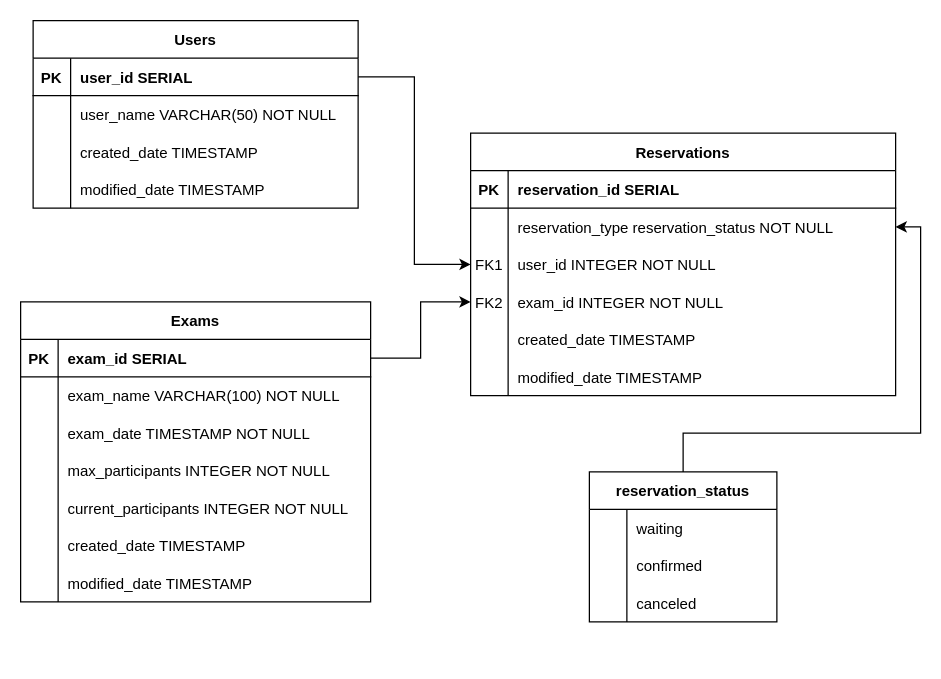
This is Exam_reservation_system_ERD.drawio from wake45/Exam_reservation_system, a draw.io file, before an edit. Source tidied: cells renumbered, new cells numbered last; positions are measured from the earlier drawing's top-left corner, leaving out a move shared by most shapes. Both pictures are drawn from the tidied source at 125%, with x=0, y=0 at pixel (20, 20).
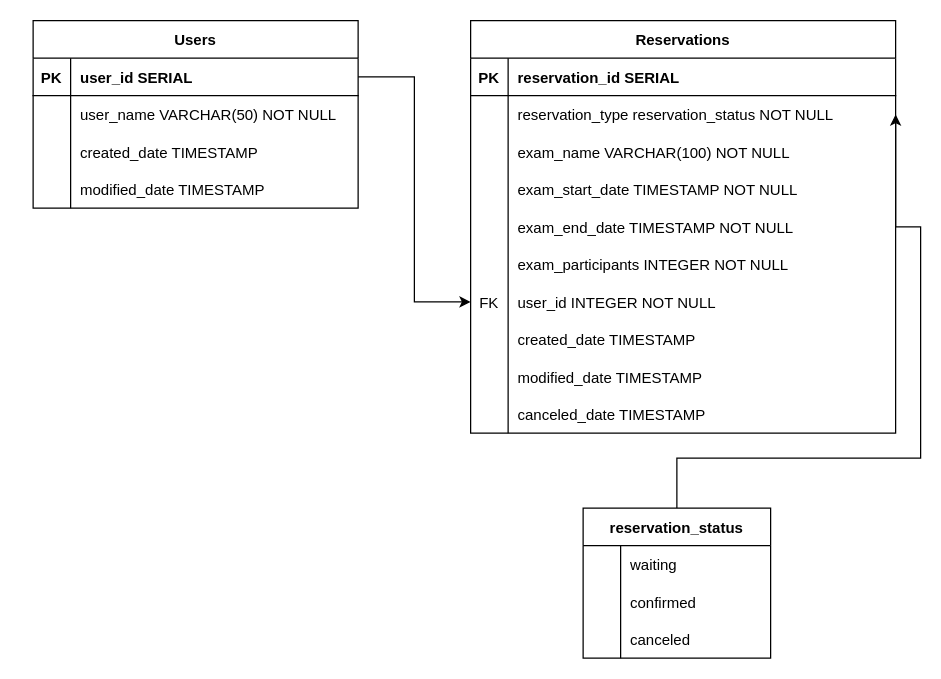
The same diagram, later.

Unchanged cells that the change refers to:
```xml
<mxCell id="28" style="shape=partialRectangle;fillColor=none;points=[[0,0.5],[1,0.5]];portConstraint=eastwest;top=0;left=0;right=0;bottom=0;" parent="24" vertex="1">
  <mxGeometry y="60" width="340" height="30" as="geometry" />
</mxCell>
<mxCell id="31" style="shape=partialRectangle;fillColor=none;points=[[0,0.5],[1,0.5]];portConstraint=eastwest;top=0;left=0;right=0;bottom=0;" parent="24" vertex="1">
  <mxGeometry y="90" width="340" height="30" as="geometry" />
</mxCell>
<mxCell id="34" style="shape=partialRectangle;fillColor=none;points=[[0,0.5],[1,0.5]];portConstraint=eastwest;top=0;left=0;right=0;bottom=0;" parent="24" vertex="1">
  <mxGeometry y="120" width="340" height="30" as="geometry" />
</mxCell>
<mxCell id="37" style="shape=partialRectangle;fillColor=none;top=0;left=0;right=0;bottom=0;" parent="24" vertex="1">
  <mxGeometry y="150" width="340" height="30" as="geometry" />
</mxCell>
<mxCell id="40" style="shape=partialRectangle;fillColor=none;top=0;left=0;right=0;bottom=0;" parent="24" vertex="1">
  <mxGeometry y="180" width="340" height="30" as="geometry" />
</mxCell>
<mxCell id="44" style="shape=partialRectangle;fillColor=none;points=[[0,0.5],[1,0.5]];portConstraint=eastwest;top=0;left=0;right=0;bottom=1;" parent="43" vertex="1">
  <mxGeometry y="30" width="260" height="30" as="geometry" />
</mxCell>
```

What changed in the source:
```diff
@@
-    <mxCell id="2" value="Exams" style="shape=table;startSize=30;childLayout=tableLayout;rowLines=0;fontStyle=1;align=center;" parent="1" vertex="1">
-      <mxGeometry y="225" width="280" height="240" as="geometry" />
-    </mxCell>
-    <mxCell id="3" style="shape=partialRectangle;fillColor=none;points=[[0,0.5],[1,0.5]];portConstraint=eastwest;top=0;left=0;right=0;bottom=1;" parent="2" vertex="1">
-      <mxGeometry y="30" width="280" height="30" as="geometry" />
-    </mxCell>
-    <mxCell id="4" value="PK" style="shape=partialRectangle;overflow=hidden;fillColor=none;top=0;left=0;bottom=0;right=0;fontStyle=1;" parent="3" vertex="1">
-      <mxGeometry width="30" height="30" as="geometry" />
-    </mxCell>
-    <mxCell id="5" value="exam_id SERIAL" style="shape=partialRectangle;overflow=hidden;fillColor=none;top=0;left=0;bottom=0;right=0;align=left;spacingLeft=6;fontStyle=1;" parent="3" vertex="1">
-      <mxGeometry x="30" width="250" height="30" as="geometry" />
-    </mxCell>
-    <mxCell id="6" style="shape=partialRectangle;fillColor=none;top=0;left=0;right=0;bottom=0;" parent="2" vertex="1">
-      <mxGeometry y="60" width="280" height="30" as="geometry" />
-    </mxCell>
-    <mxCell id="7" style="shape=partialRectangle;overflow=hidden;fillColor=none;top=0;left=0;bottom=0;right=0;" parent="6" vertex="1">
-      <mxGeometry width="30" height="30" as="geometry" />
-    </mxCell>
-    <mxCell id="8" value="exam_name VARCHAR(100) NOT NULL" style="shape=partialRectangle;overflow=hidden;fillColor=none;top=0;left=0;bottom=0;right=0;align=left;spacingLeft=6;" parent="6" vertex="1">
-      <mxGeometry x="30" width="250" height="30" as="geometry" />
-    </mxCell>
-    <mxCell id="9" style="shape=partialRectangle;fillColor=none;top=0;left=0;right=0;bottom=0;" parent="2" vertex="1">
-      <mxGeometry y="90" width="280" height="30" as="geometry" />
-    </mxCell>
-    <mxCell id="10" style="shape=partialRectangle;overflow=hidden;fillColor=none;top=0;left=0;bottom=0;right=0;" parent="9" vertex="1">
-      <mxGeometry width="30" height="30" as="geometry" />
-    </mxCell>
-    <mxCell id="11" value="exam_date TIMESTAMP NOT NULL" style="shape=partialRectangle;overflow=hidden;fillColor=none;top=0;left=0;bottom=0;right=0;align=left;spacingLeft=6;" parent="9" vertex="1">
-      <mxGeometry x="30" width="250" height="30" as="geometry" />
-    </mxCell>
-    <mxCell id="12" style="shape=partialRectangle;fillColor=none;top=0;left=0;right=0;bottom=0;" parent="2" vertex="1">
-      <mxGeometry y="120" width="280" height="30" as="geometry" />
-    </mxCell>
-    <mxCell id="13" style="shape=partialRectangle;overflow=hidden;fillColor=none;top=0;left=0;bottom=0;right=0;" parent="12" vertex="1">
-      <mxGeometry width="30" height="30" as="geometry" />
-    </mxCell>
-    <mxCell id="14" value="max_participants INTEGER NOT NULL" style="shape=partialRectangle;overflow=hidden;fillColor=none;top=0;left=0;bottom=0;right=0;align=left;spacingLeft=6;" parent="12" vertex="1">
-      <mxGeometry x="30" width="250" height="30" as="geometry" />
-    </mxCell>
-    <mxCell id="15" style="shape=partialRectangle;fillColor=none;top=0;left=0;right=0;bottom=0;" parent="2" vertex="1">
-      <mxGeometry y="150" width="280" height="30" as="geometry" />
-    </mxCell>
-    <mxCell id="16" style="shape=partialRectangle;overflow=hidden;fillColor=none;top=0;left=0;bottom=0;right=0;" parent="15" vertex="1">
-      <mxGeometry width="30" height="30" as="geometry" />
-    </mxCell>
-    <mxCell id="17" value="current_participants INTEGER NOT NULL" style="shape=partialRectangle;overflow=hidden;fillColor=none;top=0;left=0;bottom=0;right=0;align=left;spacingLeft=6;" parent="15" vertex="1">
-      <mxGeometry x="30" width="250" height="30" as="geometry" />
-    </mxCell>
-    <mxCell id="18" style="shape=partialRectangle;fillColor=none;top=0;left=0;right=0;bottom=0;" parent="2" vertex="1">
-      <mxGeometry y="180" width="280" height="30" as="geometry" />
-    </mxCell>
-    <mxCell id="19" style="shape=partialRectangle;overflow=hidden;fillColor=none;top=0;left=0;bottom=0;right=0;" parent="18" vertex="1">
-      <mxGeometry width="30" height="30" as="geometry" />
-    </mxCell>
-    <mxCell id="20" value="created_date TIMESTAMP" style="shape=partialRectangle;overflow=hidden;fillColor=none;top=0;left=0;bottom=0;right=0;align=left;spacingLeft=6;" parent="18" vertex="1">
-      <mxGeometry x="30" width="250" height="30" as="geometry" />
-    </mxCell>
-    <mxCell id="21" style="shape=partialRectangle;fillColor=none;top=0;left=0;right=0;bottom=0;" parent="2" vertex="1">
-      <mxGeometry y="210" width="280" height="30" as="geometry" />
-    </mxCell>
-    <mxCell id="22" style="shape=partialRectangle;overflow=hidden;fillColor=none;top=0;left=0;bottom=0;right=0;" parent="21" vertex="1">
-      <mxGeometry width="30" height="30" as="geometry" />
-    </mxCell>
-    <mxCell id="23" value="modified_date TIMESTAMP" style="shape=partialRectangle;overflow=hidden;fillColor=none;top=0;left=0;bottom=0;right=0;align=left;spacingLeft=6;" parent="21" vertex="1">
-      <mxGeometry x="30" width="250" height="30" as="geometry" />
-    </mxCell>
     <mxCell id="24" value="Reservations" style="shape=table;startSize=30;childLayout=tableLayout;rowLines=0;fontStyle=1;align=center;" parent="1" vertex="1">
-      <mxGeometry x="360" y="90" width="340" height="210" as="geometry" />
+      <mxGeometry x="360" width="340" height="330" as="geometry" />
     </mxCell>
@@
-    <mxCell id="32" value="FK1" style="shape=partialRectangle;overflow=hidden;fillColor=none;top=0;left=0;bottom=0;right=0;" parent="31" vertex="1">
+    <mxCell id="32" style="shape=partialRectangle;overflow=hidden;fillColor=none;top=0;left=0;bottom=0;right=0;" parent="31" vertex="1">
       <mxGeometry width="30" height="30" as="geometry" />
     </mxCell>
-    <mxCell id="33" value="user_id INTEGER NOT NULL" style="shape=partialRectangle;overflow=hidden;fillColor=none;top=0;left=0;bottom=0;right=0;align=left;spacingLeft=6;" parent="31" vertex="1">
+    <mxCell id="33" value="exam_name VARCHAR(100) NOT NULL" style="shape=partialRectangle;overflow=hidden;fillColor=none;top=0;left=0;bottom=0;right=0;align=left;spacingLeft=6;" parent="31" vertex="1">
       <mxGeometry x="30" width="310" height="30" as="geometry" />
     </mxCell>
@@
-    <mxCell id="35" value="FK2" style="shape=partialRectangle;overflow=hidden;fillColor=none;top=0;left=0;bottom=0;right=0;" parent="34" vertex="1">
+    <mxCell id="35" style="shape=partialRectangle;overflow=hidden;fillColor=none;top=0;left=0;bottom=0;right=0;" parent="34" vertex="1">
       <mxGeometry width="30" height="30" as="geometry" />
     </mxCell>
-    <mxCell id="36" value="exam_id INTEGER NOT NULL" style="shape=partialRectangle;overflow=hidden;fillColor=none;top=0;left=0;bottom=0;right=0;align=left;spacingLeft=6;" parent="34" vertex="1">
+    <mxCell id="36" value="exam_start_date TIMESTAMP NOT NULL" style="shape=partialRectangle;overflow=hidden;fillColor=none;top=0;left=0;bottom=0;right=0;align=left;spacingLeft=6;" parent="34" vertex="1">
       <mxGeometry x="30" width="310" height="30" as="geometry" />
     </mxCell>
@@
-    <mxCell id="39" value="created_date TIMESTAMP" style="shape=partialRectangle;overflow=hidden;fillColor=none;top=0;left=0;bottom=0;right=0;align=left;spacingLeft=6;" parent="37" vertex="1">
+    <mxCell id="39" value="exam_end_date TIMESTAMP NOT NULL" style="shape=partialRectangle;overflow=hidden;fillColor=none;top=0;left=0;bottom=0;right=0;align=left;spacingLeft=6;" parent="37" vertex="1">
       <mxGeometry x="30" width="310" height="30" as="geometry" />
     </mxCell>
@@
-    <mxCell id="42" value="modified_date TIMESTAMP" style="shape=partialRectangle;overflow=hidden;fillColor=none;top=0;left=0;bottom=0;right=0;align=left;spacingLeft=6;" parent="40" vertex="1">
+    <mxCell id="42" value="exam_participants INTEGER NOT NULL" style="shape=partialRectangle;overflow=hidden;fillColor=none;top=0;left=0;bottom=0;right=0;align=left;spacingLeft=6;" parent="40" vertex="1">
       <mxGeometry x="30" width="310" height="30" as="geometry" />
     </mxCell>
+    <mxCell id="70" style="shape=partialRectangle;fillColor=none;points=[[0,0.5],[1,0.5]];portConstraint=eastwest;top=0;left=0;right=0;bottom=0;" parent="24" vertex="1">
+      <mxGeometry y="210" width="340" height="30" as="geometry" />
+    </mxCell>
+    <mxCell id="71" value="FK" style="shape=partialRectangle;overflow=hidden;fillColor=none;top=0;left=0;bottom=0;right=0;" parent="70" vertex="1">
+      <mxGeometry width="30" height="30" as="geometry" />
+    </mxCell>
+    <mxCell id="72" value="user_id INTEGER NOT NULL" style="shape=partialRectangle;overflow=hidden;fillColor=none;top=0;left=0;bottom=0;right=0;align=left;spacingLeft=6;" parent="70" vertex="1">
+      <mxGeometry x="30" width="310" height="30" as="geometry" />
+    </mxCell>
+    <mxCell id="73" style="shape=partialRectangle;fillColor=none;top=0;left=0;right=0;bottom=0;" parent="24" vertex="1">
+      <mxGeometry y="240" width="340" height="30" as="geometry" />
+    </mxCell>
+    <mxCell id="74" style="shape=partialRectangle;overflow=hidden;fillColor=none;top=0;left=0;bottom=0;right=0;" parent="73" vertex="1">
+      <mxGeometry width="30" height="30" as="geometry" />
+    </mxCell>
+    <mxCell id="20" value="created_date TIMESTAMP" style="shape=partialRectangle;overflow=hidden;fillColor=none;top=0;left=0;bottom=0;right=0;align=left;spacingLeft=6;" parent="73" vertex="1">
+      <mxGeometry x="30" width="310" height="30" as="geometry" />
+    </mxCell>
+    <mxCell id="75" style="shape=partialRectangle;fillColor=none;top=0;left=0;right=0;bottom=0;" parent="24" vertex="1">
+      <mxGeometry y="270" width="340" height="30" as="geometry" />
+    </mxCell>
+    <mxCell id="76" style="shape=partialRectangle;overflow=hidden;fillColor=none;top=0;left=0;bottom=0;right=0;" parent="75" vertex="1">
+      <mxGeometry width="30" height="30" as="geometry" />
+    </mxCell>
+    <mxCell id="23" value="modified_date TIMESTAMP" style="shape=partialRectangle;overflow=hidden;fillColor=none;top=0;left=0;bottom=0;right=0;align=left;spacingLeft=6;" parent="75" vertex="1">
+      <mxGeometry x="30" width="310" height="30" as="geometry" />
+    </mxCell>
+    <mxCell id="77" style="shape=partialRectangle;fillColor=none;top=0;left=0;right=0;bottom=0;" parent="24" vertex="1">
+      <mxGeometry y="300" width="340" height="30" as="geometry" />
+    </mxCell>
+    <mxCell id="78" style="shape=partialRectangle;overflow=hidden;fillColor=none;top=0;left=0;bottom=0;right=0;" parent="77" vertex="1">
+      <mxGeometry width="30" height="30" as="geometry" />
+    </mxCell>
+    <mxCell id="79" value="canceled_date TIMESTAMP" style="shape=partialRectangle;overflow=hidden;fillColor=none;top=0;left=0;bottom=0;right=0;align=left;spacingLeft=6;" parent="77" vertex="1">
+      <mxGeometry x="30" width="310" height="30" as="geometry" />
+    </mxCell>
@@
-    <mxCell id="57" style="edgeStyle=orthogonalEdgeStyle;rounded=0;jettySize=auto;html=1;exitX=1;exitY=0.5;exitDx=0;exitDy=0;entryX=0;entryY=0.5;entryDx=0;entryDy=0;" parent="1" edge="1" source="44" target="31">
-      <mxGeometry relative="1" as="geometry" />
-    </mxCell>
-    <mxCell id="58" style="edgeStyle=orthogonalEdgeStyle;rounded=0;jettySize=auto;html=1;exitX=1;exitY=0.5;exitDx=0;exitDy=0;entryX=0;entryY=0.5;entryDx=0;entryDy=0;" parent="1" edge="1" source="3" target="34">
-      <mxGeometry relative="1" as="geometry" />
-    </mxCell>
     <mxCell id="59" style="edgeStyle=orthogonalEdgeStyle;rounded=0;jettySize=auto;html=1;exitX=0.5;exitY=0;exitDx=0;exitDy=0;entryX=1;entryY=0.5;entryDx=0;entryDy=0;" parent="1" edge="1" source="60" target="28">
       <mxGeometry relative="1" as="geometry">
         <Array as="points">
-          <mxPoint x="530" y="330" />
-          <mxPoint x="720" y="330" />
+          <mxPoint x="525" y="350" />
+          <mxPoint x="720" y="350" />
           <mxPoint x="720" y="165" />
+          <mxPoint x="700" y="165" />
         </Array>
       </mxGeometry>
     </mxCell>
     <mxCell id="60" value="reservation_status" style="shape=table;startSize=30;childLayout=tableLayout;rowLines=0;fontStyle=1;align=center;" parent="1" vertex="1">
-      <mxGeometry x="455" y="361" width="150" height="120" as="geometry" />
+      <mxGeometry x="450" y="390" width="150" height="120" as="geometry" />
     </mxCell>
@@
+    <mxCell id="80" style="edgeStyle=orthogonalEdgeStyle;rounded=0;jettySize=auto;html=1;exitX=1;exitY=0.5;exitDx=0;exitDy=0;entryX=0;entryY=0.5;entryDx=0;entryDy=0;" parent="1" edge="1" source="44" target="70">
+      <mxGeometry relative="1" as="geometry" />
+    </mxCell>
```
